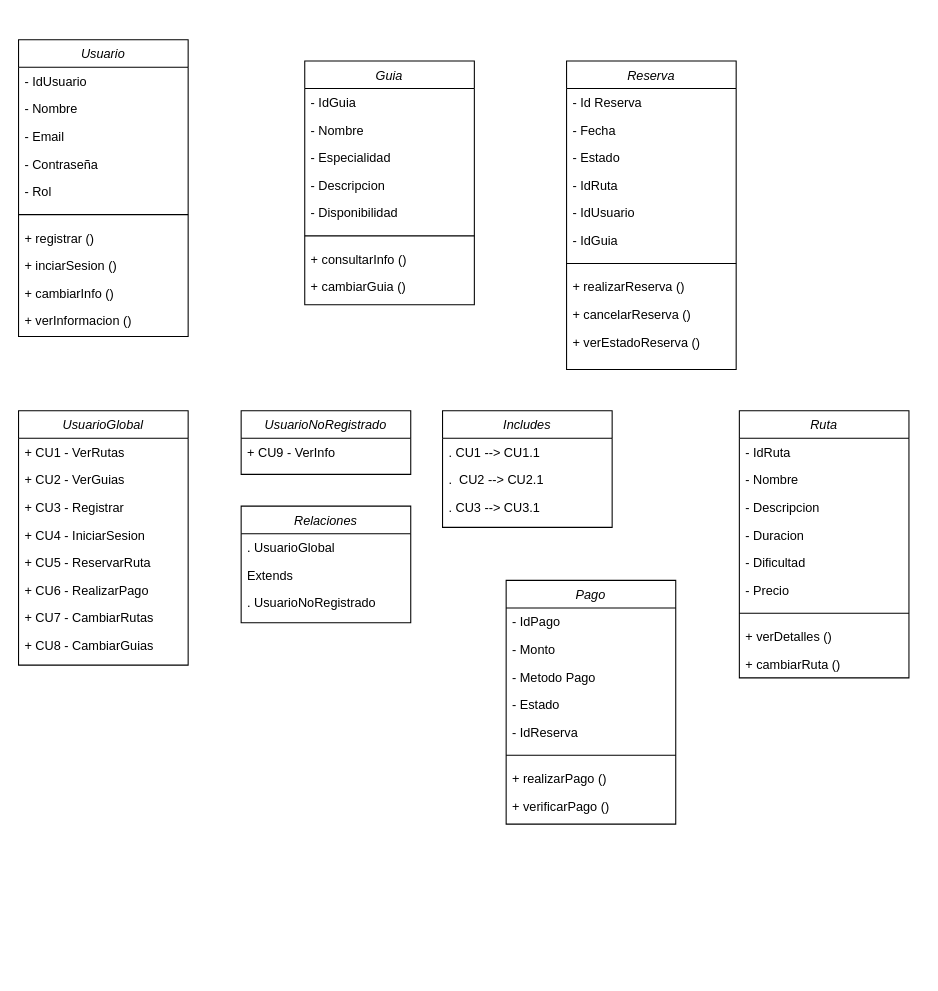
This is Diagrama sin título.drawio from sebasalegon/Proyecto-grupal-1-EDD, a draw.io file, before an edit. Source tidied: cells renumbered, new cells numbered last; positions are measured from the earlier drawing's top-left corner, leaving out a move shared by most shapes. Both pictures are drawn from the tidied source at 106%, with x=0, y=0 at pixel (18, 39).
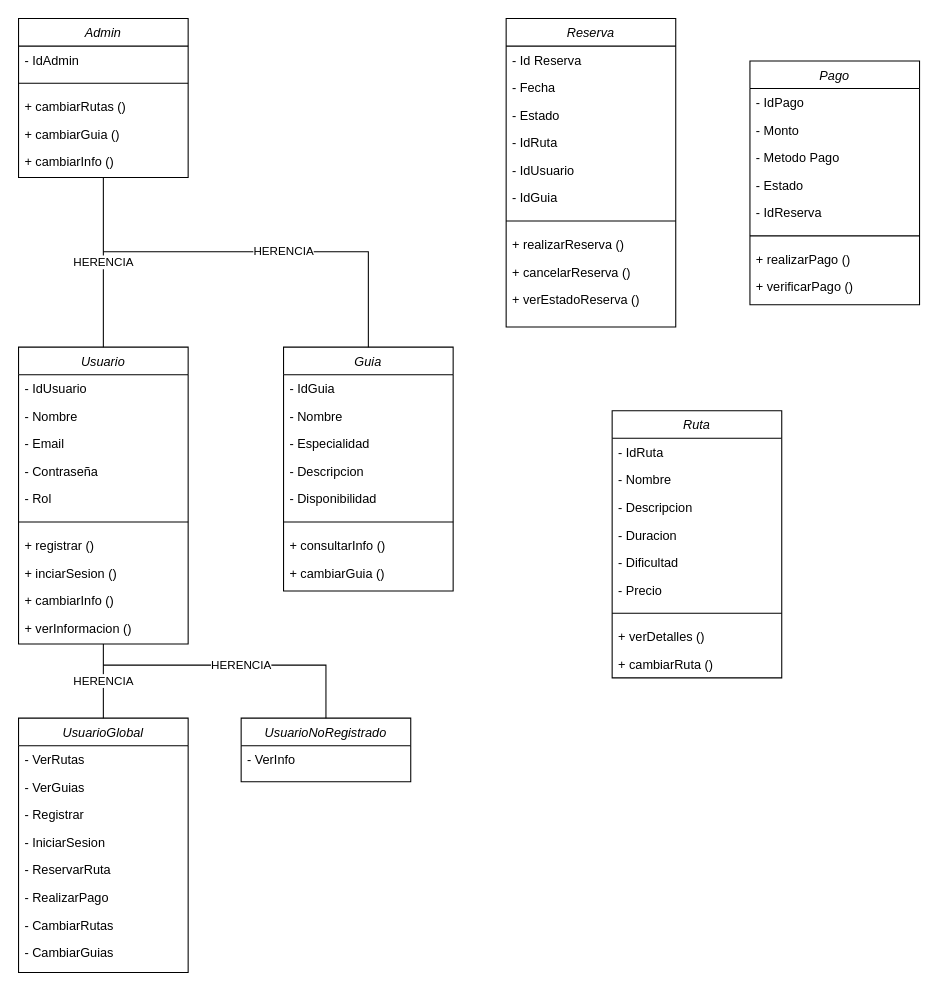
Above is the later version.

Change to the diagram source:
```diff
@@
     <mxCell id="2" value="Usuario" style="swimlane;fontStyle=2;align=center;verticalAlign=top;horizontal=1;startSize=26;rounded=0;shadow=0;strokeWidth=1;" parent="1" vertex="1">
-      <mxGeometry width="160" height="280" as="geometry" />
+      <mxGeometry y="290" width="160" height="280" as="geometry" />
     </mxCell>
@@
     <mxCell id="13" value="Ruta&#10;" style="swimlane;fontStyle=2;align=center;verticalAlign=top;horizontal=1;startSize=26;rounded=0;shadow=0;strokeWidth=1;" parent="1" vertex="1">
-      <mxGeometry x="680" y="350" width="160" height="252" as="geometry" />
+      <mxGeometry x="560" y="350" width="160" height="252" as="geometry" />
     </mxCell>
@@
     <mxCell id="23" value="Guia" style="swimlane;fontStyle=2;align=center;verticalAlign=top;horizontal=1;startSize=26;rounded=0;shadow=0;strokeWidth=1;" parent="1" vertex="1">
-      <mxGeometry x="270" y="20" width="160" height="230" as="geometry" />
+      <mxGeometry x="250" y="290" width="160" height="230" as="geometry" />
     </mxCell>
@@
     <mxCell id="32" value="Reserva" style="swimlane;fontStyle=2;align=center;verticalAlign=top;horizontal=1;startSize=26;rounded=0;shadow=0;strokeWidth=1;" parent="1" vertex="1">
-      <mxGeometry x="517" y="20" width="160" height="291" as="geometry" />
+      <mxGeometry x="460" y="-20" width="160" height="291" as="geometry" />
     </mxCell>
@@
     <mxCell id="43" value="Pago" style="swimlane;fontStyle=2;align=center;verticalAlign=top;horizontal=1;startSize=26;rounded=0;shadow=0;strokeWidth=1;" parent="1" vertex="1">
-      <mxGeometry x="460" y="510" width="160" height="230" as="geometry" />
+      <mxGeometry x="690" y="20" width="160" height="230" as="geometry" />
     </mxCell>
@@
     <mxCell id="52" value="UsuarioGlobal" style="swimlane;fontStyle=2;align=center;verticalAlign=top;horizontal=1;startSize=26;rounded=0;shadow=0;strokeWidth=1;" parent="1" vertex="1">
-      <mxGeometry y="350" width="160" height="240" as="geometry" />
+      <mxGeometry y="640" width="160" height="240" as="geometry" />
     </mxCell>
-    <mxCell id="53" value="+ CU1 - VerRutas" style="text;align=left;verticalAlign=top;spacingLeft=4;spacingRight=4;overflow=hidden;" parent="52" vertex="1">
+    <mxCell id="53" value="- VerRutas" style="text;align=left;verticalAlign=top;spacingLeft=4;spacingRight=4;overflow=hidden;" parent="52" vertex="1">
       <mxGeometry y="26" width="160" height="26" as="geometry" />
     </mxCell>
-    <mxCell id="54" value="+ CU2 - VerGuias" style="text;align=left;verticalAlign=top;spacingLeft=4;spacingRight=4;overflow=hidden;rounded=0;shadow=0;html=0;" parent="52" vertex="1">
+    <mxCell id="54" value="- VerGuias" style="text;align=left;verticalAlign=top;spacingLeft=4;spacingRight=4;overflow=hidden;rounded=0;shadow=0;html=0;" parent="52" vertex="1">
       <mxGeometry y="52" width="160" height="26" as="geometry" />
     </mxCell>
-    <mxCell id="55" value="+ CU3 - Registrar" style="text;align=left;verticalAlign=top;spacingLeft=4;spacingRight=4;overflow=hidden;rounded=0;shadow=0;html=0;" parent="52" vertex="1">
+    <mxCell id="55" value="- Registrar" style="text;align=left;verticalAlign=top;spacingLeft=4;spacingRight=4;overflow=hidden;rounded=0;shadow=0;html=0;" parent="52" vertex="1">
       <mxGeometry y="78" width="160" height="26" as="geometry" />
     </mxCell>
-    <mxCell id="56" value="+ CU4 - IniciarSesion" style="text;align=left;verticalAlign=top;spacingLeft=4;spacingRight=4;overflow=hidden;rounded=0;shadow=0;html=0;" parent="52" vertex="1">
+    <mxCell id="56" value="- IniciarSesion" style="text;align=left;verticalAlign=top;spacingLeft=4;spacingRight=4;overflow=hidden;rounded=0;shadow=0;html=0;" parent="52" vertex="1">
       <mxGeometry y="104" width="160" height="26" as="geometry" />
     </mxCell>
-    <mxCell id="57" value="+ CU5 - ReservarRuta" style="text;align=left;verticalAlign=top;spacingLeft=4;spacingRight=4;overflow=hidden;rounded=0;shadow=0;html=0;" parent="52" vertex="1">
+    <mxCell id="57" value="- ReservarRuta" style="text;align=left;verticalAlign=top;spacingLeft=4;spacingRight=4;overflow=hidden;rounded=0;shadow=0;html=0;" parent="52" vertex="1">
       <mxGeometry y="130" width="160" height="26" as="geometry" />
     </mxCell>
-    <mxCell id="58" value="+ CU6 - RealizarPago" style="text;align=left;verticalAlign=top;spacingLeft=4;spacingRight=4;overflow=hidden;rounded=0;shadow=0;html=0;" parent="52" vertex="1">
+    <mxCell id="58" value="- RealizarPago" style="text;align=left;verticalAlign=top;spacingLeft=4;spacingRight=4;overflow=hidden;rounded=0;shadow=0;html=0;" parent="52" vertex="1">
       <mxGeometry y="156" width="160" height="26" as="geometry" />
     </mxCell>
-    <mxCell id="59" value="+ CU7 - CambiarRutas" style="text;align=left;verticalAlign=top;spacingLeft=4;spacingRight=4;overflow=hidden;rounded=0;shadow=0;html=0;" parent="52" vertex="1">
+    <mxCell id="59" value="- CambiarRutas" style="text;align=left;verticalAlign=top;spacingLeft=4;spacingRight=4;overflow=hidden;rounded=0;shadow=0;html=0;" parent="52" vertex="1">
       <mxGeometry y="182" width="160" height="26" as="geometry" />
     </mxCell>
-    <mxCell id="60" value="+ CU8 - CambiarGuias" style="text;align=left;verticalAlign=top;spacingLeft=4;spacingRight=4;overflow=hidden;rounded=0;shadow=0;html=0;" parent="52" vertex="1">
+    <mxCell id="60" value="- CambiarGuias" style="text;align=left;verticalAlign=top;spacingLeft=4;spacingRight=4;overflow=hidden;rounded=0;shadow=0;html=0;" parent="52" vertex="1">
       <mxGeometry y="208" width="160" height="26" as="geometry" />
     </mxCell>
     <mxCell id="61" value="UsuarioNoRegistrado" style="swimlane;fontStyle=2;align=center;verticalAlign=top;horizontal=1;startSize=26;rounded=0;shadow=0;strokeWidth=1;" parent="1" vertex="1">
-      <mxGeometry x="210" y="350" width="160" height="60" as="geometry" />
+      <mxGeometry x="210" y="640" width="160" height="60" as="geometry" />
     </mxCell>
-    <mxCell id="62" value="+ CU9 - VerInfo" style="text;align=left;verticalAlign=top;spacingLeft=4;spacingRight=4;overflow=hidden;" parent="61" vertex="1">
+    <mxCell id="62" value="- VerInfo" style="text;align=left;verticalAlign=top;spacingLeft=4;spacingRight=4;overflow=hidden;" parent="61" vertex="1">
       <mxGeometry y="26" width="160" height="26" as="geometry" />
     </mxCell>
-    <mxCell id="63" value="Relaciones" style="swimlane;fontStyle=2;align=center;verticalAlign=top;horizontal=1;startSize=26;rounded=0;shadow=0;strokeWidth=1;" parent="1" vertex="1">
-      <mxGeometry x="210" y="440" width="160" height="110" as="geometry" />
-    </mxCell>
-    <mxCell id="64" value=". UsuarioGlobal" style="text;align=left;verticalAlign=top;spacingLeft=4;spacingRight=4;overflow=hidden;" parent="63" vertex="1">
-      <mxGeometry y="26" width="160" height="26" as="geometry" />
-    </mxCell>
-    <mxCell id="65" value="Extends" style="text;align=left;verticalAlign=top;spacingLeft=4;spacingRight=4;overflow=hidden;rounded=0;shadow=0;html=0;" parent="63" vertex="1">
-      <mxGeometry y="52" width="160" height="26" as="geometry" />
-    </mxCell>
-    <mxCell id="66" value=". UsuarioNoRegistrado" style="text;align=left;verticalAlign=top;spacingLeft=4;spacingRight=4;overflow=hidden;rounded=0;shadow=0;html=0;" parent="63" vertex="1">
-      <mxGeometry y="78" width="160" height="26" as="geometry" />
-    </mxCell>
-    <mxCell id="67" value="Includes" style="swimlane;fontStyle=2;align=center;verticalAlign=top;horizontal=1;startSize=26;rounded=0;shadow=0;strokeWidth=1;" parent="1" vertex="1">
-      <mxGeometry x="400" y="350" width="160" height="110" as="geometry" />
-    </mxCell>
-    <mxCell id="68" value=". CU1 --&gt; CU1.1" style="text;align=left;verticalAlign=top;spacingLeft=4;spacingRight=4;overflow=hidden;" parent="67" vertex="1">
-      <mxGeometry y="26" width="160" height="26" as="geometry" />
-    </mxCell>
-    <mxCell id="69" value=".  CU2 --&gt; CU2.1" style="text;align=left;verticalAlign=top;spacingLeft=4;spacingRight=4;overflow=hidden;rounded=0;shadow=0;html=0;" parent="67" vertex="1">
-      <mxGeometry y="52" width="160" height="26" as="geometry" />
-    </mxCell>
-    <mxCell id="70" value=". CU3 --&gt; CU3.1" style="text;align=left;verticalAlign=top;spacingLeft=4;spacingRight=4;overflow=hidden;rounded=0;shadow=0;html=0;" parent="67" vertex="1">
-      <mxGeometry y="78" width="160" height="26" as="geometry" />
-    </mxCell>
+    <mxCell id="71" value="HERENCIA" style="endArrow=none;html=1;rounded=0;entryX=0.5;entryY=1;entryDx=0;entryDy=0;exitX=0.5;exitY=0;exitDx=0;exitDy=0;" parent="1" edge="1" source="52" target="2">
+      <mxGeometry relative="1" as="geometry" />
+    </mxCell>
+    <mxCell id="72" value="HERENCIA" style="endArrow=none;html=1;rounded=0;exitX=0.5;exitY=0;exitDx=0;exitDy=0;" parent="1" edge="1" source="61">
+      <mxGeometry relative="1" as="geometry">
+        <mxPoint x="80" y="590" as="targetPoint" />
+        <Array as="points">
+          <mxPoint x="290" y="590" />
+        </Array>
+      </mxGeometry>
+    </mxCell>
+    <mxCell id="73" value="Admin" style="swimlane;fontStyle=2;align=center;verticalAlign=top;horizontal=1;startSize=26;rounded=0;shadow=0;strokeWidth=1;" parent="1" vertex="1">
+      <mxGeometry y="-20" width="160" height="150" as="geometry" />
+    </mxCell>
+    <mxCell id="74" value="- IdAdmin" style="text;align=left;verticalAlign=top;spacingLeft=4;spacingRight=4;overflow=hidden;" parent="73" vertex="1">
+      <mxGeometry y="26" width="160" height="26" as="geometry" />
+    </mxCell>
+    <mxCell id="75" style="line;html=1;strokeWidth=1;align=left;verticalAlign=middle;spacingTop=-1;spacingLeft=3;spacingRight=3;labelPosition=right;" parent="73" vertex="1">
+      <mxGeometry y="52" width="160" height="18" as="geometry" />
+    </mxCell>
+    <mxCell id="76" value="+ cambiarRutas ()" style="text;align=left;verticalAlign=top;spacingLeft=4;spacingRight=4;overflow=hidden;rounded=0;shadow=0;html=0;" parent="73" vertex="1">
+      <mxGeometry y="70" width="160" height="26" as="geometry" />
+    </mxCell>
+    <mxCell id="77" value="+ cambiarGuia ()" style="text;align=left;verticalAlign=top;spacingLeft=4;spacingRight=4;overflow=hidden;rounded=0;shadow=0;html=0;" parent="73" vertex="1">
+      <mxGeometry y="96" width="160" height="26" as="geometry" />
+    </mxCell>
+    <mxCell id="78" value="+ cambiarInfo ()" style="text;align=left;verticalAlign=top;spacingLeft=4;spacingRight=4;overflow=hidden;rounded=0;shadow=0;html=0;" parent="73" vertex="1">
+      <mxGeometry y="122" width="160" height="26" as="geometry" />
+    </mxCell>
+    <mxCell id="79" value="HERENCIA" style="endArrow=none;html=1;rounded=0;entryX=0.5;entryY=1;entryDx=0;entryDy=0;exitX=0.5;exitY=0;exitDx=0;exitDy=0;" parent="1" edge="1" source="2" target="73">
+      <mxGeometry relative="1" as="geometry" />
+    </mxCell>
+    <mxCell id="80" value="HERENCIA" style="endArrow=none;html=1;rounded=0;entryX=0.5;entryY=0;entryDx=0;entryDy=0;" parent="1" edge="1" target="23">
+      <mxGeometry relative="1" as="geometry">
+        <mxPoint x="80" y="200" as="sourcePoint" />
+        <Array as="points">
+          <mxPoint x="330" y="200" />
+        </Array>
+      </mxGeometry>
+    </mxCell>
```
